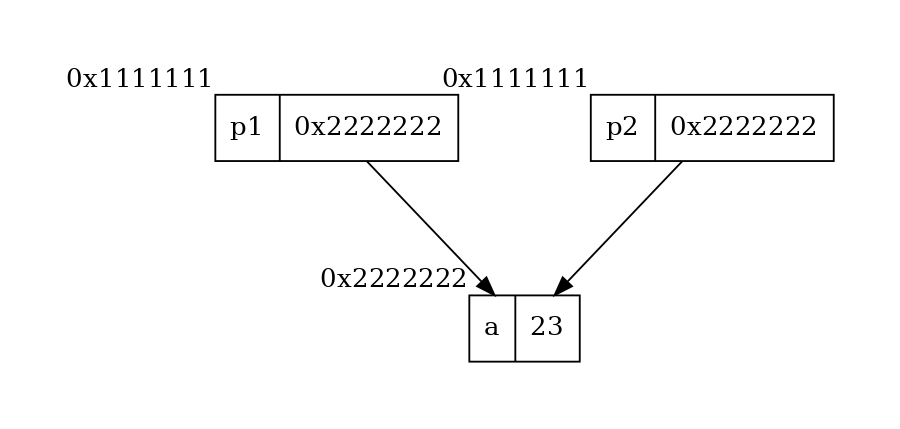
Above: slides/misc/pointer-example1.dot.png in jgsogo/eda (Graphviz), before the change. Its source is kept beside it as slides/misc/pointer-example1.dot.
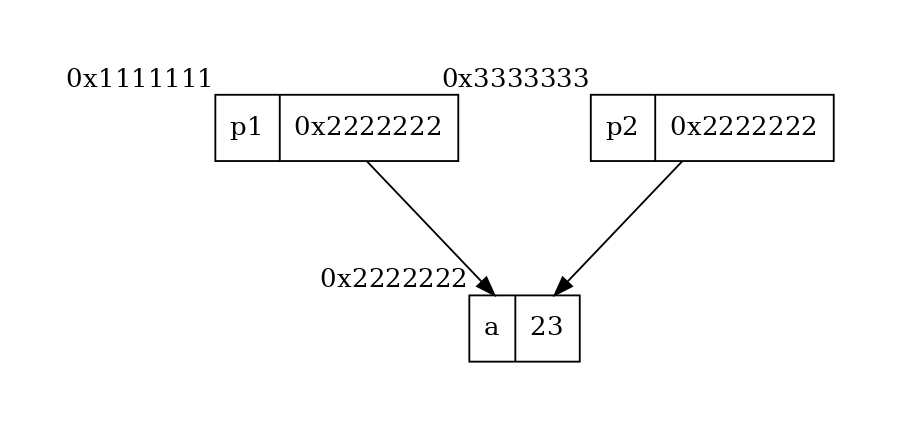
The same file after the commit.

Change to the diagram source:
```diff
@@ -6,7 +6,7 @@
 
     p1 [label="{{<p> p1 |<d> 0x2222222 }}" xlabel="0x1111111"]
 
-    p2 [label="{{<p> p2 |<d> 0x2222222 }}" xlabel="0x1111111"]
+    p2 [label="{{<p> p2 |<d> 0x2222222 }}" xlabel="0x3333333"]
 
     a [label="{{<p> a |<d> 23 }}" xlabel="0x2222222"]
 
```
